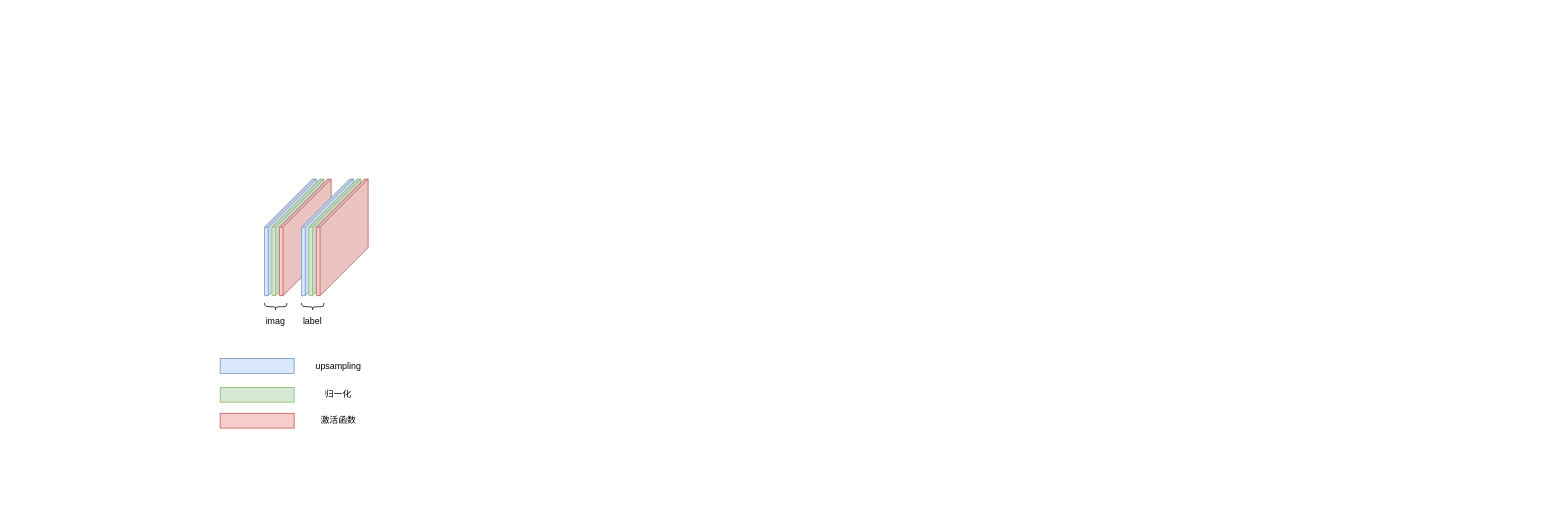
sue00x/BAAI-Monthly- keeps this draw.io diagram as Interpretability(可解释性)/Untitled Diagram.drawio. Above is the earlier version. Source tidied: cells renumbered, new cells numbered last; positions are measured from the earlier drawing's top-left corner, leaving out a move shared by most shapes. Both pictures are drawn from the tidied source at 74%, with x=0, y=0 at pixel (220, 178). Pictures stored in the file or linked from it are replaced by grey dashed boxes.
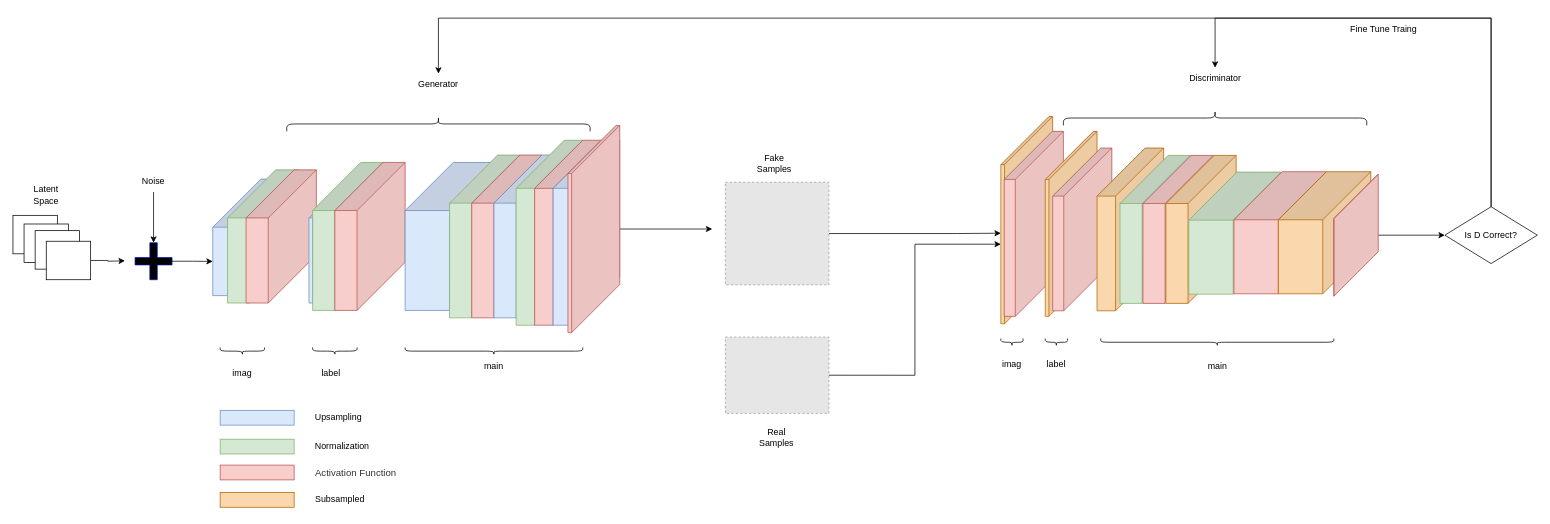
The same page after the edit.

Commit message:
cGAN_model

Diff of the diagram source:
```diff
@@
     <mxCell id="2" style="shape=cube;whiteSpace=wrap;html=1;boundedLbl=1;backgroundOutline=1;darkOpacity=0.05;darkOpacity2=0.1;size=65;fillColor=#dae8fc;strokeColor=#6c8ebf;direction=south;" parent="1" vertex="1">
-      <mxGeometry x="60" y="0.5" width="70" height="157.5" as="geometry" />
+      <mxGeometry x="-10" y="0.5" width="90" height="157.5" as="geometry" />
     </mxCell>
     <mxCell id="3" style="shape=cube;whiteSpace=wrap;html=1;boundedLbl=1;backgroundOutline=1;darkOpacity=0.05;darkOpacity2=0.1;size=65;fillColor=#d5e8d4;strokeColor=#82b366;direction=south;" parent="1" vertex="1">
-      <mxGeometry x="70" y="0.5" width="70" height="157.5" as="geometry" />
+      <mxGeometry x="10" y="-12" width="95" height="180" as="geometry" />
     </mxCell>
     <mxCell id="4" style="shape=cube;whiteSpace=wrap;html=1;boundedLbl=1;backgroundOutline=1;darkOpacity=0.05;darkOpacity2=0.1;size=65;fillColor=#f8cecc;strokeColor=#b85450;direction=south;" parent="1" vertex="1">
-      <mxGeometry x="80" y="0.5" width="70" height="157.5" as="geometry" />
+      <mxGeometry x="35" y="-12" width="95" height="180" as="geometry" />
     </mxCell>
     <mxCell id="5" style="rounded=0;whiteSpace=wrap;html=1;fillColor=#dae8fc;strokeColor=#6c8ebf;" parent="1" vertex="1">
-      <mxGeometry y="243" width="100" height="20" as="geometry" />
+      <mxGeometry y="313" width="100" height="20" as="geometry" />
     </mxCell>
-    <mxCell id="6" value="upsampling" style="text;html=1;strokeColor=none;fillColor=none;align=center;verticalAlign=middle;whiteSpace=wrap;rounded=0;" parent="1" vertex="1">
-      <mxGeometry x="130" y="238" width="60" height="30" as="geometry" />
+    <mxCell id="6" value="Upsampling" style="text;html=1;strokeColor=none;fillColor=none;align=center;verticalAlign=middle;whiteSpace=wrap;rounded=0;" parent="1" vertex="1">
+      <mxGeometry x="130" y="308" width="60" height="30" as="geometry" />
     </mxCell>
     <mxCell id="7" style="rounded=0;whiteSpace=wrap;html=1;fillColor=#d5e8d4;strokeColor=#82b366;" parent="1" vertex="1">
-      <mxGeometry y="282" width="100" height="20" as="geometry" />
+      <mxGeometry y="352" width="100" height="20" as="geometry" />
     </mxCell>
-    <mxCell id="8" value="归一化" style="text;html=1;strokeColor=none;fillColor=none;align=center;verticalAlign=middle;whiteSpace=wrap;rounded=0;" parent="1" vertex="1">
-      <mxGeometry x="130" y="277" width="60" height="30" as="geometry" />
+    <mxCell id="8" value="Normalization" style="text;html=1;strokeColor=none;fillColor=none;align=center;verticalAlign=middle;whiteSpace=wrap;rounded=0;" parent="1" vertex="1">
+      <mxGeometry x="135" y="347" width="60" height="30" as="geometry" />
     </mxCell>
     <mxCell id="9" style="rounded=0;whiteSpace=wrap;html=1;fillColor=#f8cecc;strokeColor=#b85450;" parent="1" vertex="1">
-      <mxGeometry y="317" width="100" height="20" as="geometry" />
+      <mxGeometry y="387" width="100" height="20" as="geometry" />
     </mxCell>
-    <mxCell id="10" value="激活函数" style="text;html=1;strokeColor=none;fillColor=none;align=center;verticalAlign=middle;whiteSpace=wrap;rounded=0;" parent="1" vertex="1">
-      <mxGeometry x="130" y="312" width="60" height="30" as="geometry" />
+    <mxCell id="10" value="&lt;span style=&quot;color: rgb(51 , 51 , 51) ; font-family: &amp;#34;arial&amp;#34; , sans-serif ; font-size: 13px ; text-align: justify ; background-color: rgb(255 , 255 , 255)&quot;&gt;Activation Function&lt;/span&gt;" style="text;html=1;strokeColor=none;fillColor=none;align=center;verticalAlign=middle;whiteSpace=wrap;rounded=0;" parent="1" vertex="1">
+      <mxGeometry x="111" y="382" width="145" height="30" as="geometry" />
     </mxCell>
     <mxCell id="11" style="shape=cube;whiteSpace=wrap;html=1;boundedLbl=1;backgroundOutline=1;darkOpacity=0.05;darkOpacity2=0.1;size=65;fillColor=#dae8fc;strokeColor=#6c8ebf;direction=south;" parent="1" vertex="1">
-      <mxGeometry x="110" y="0.5" width="70" height="157.5" as="geometry" />
+      <mxGeometry x="120" y="-12" width="70" height="180" as="geometry" />
     </mxCell>
     <mxCell id="12" style="shape=cube;whiteSpace=wrap;html=1;boundedLbl=1;backgroundOutline=1;darkOpacity=0.05;darkOpacity2=0.1;size=65;fillColor=#d5e8d4;strokeColor=#82b366;direction=south;" parent="1" vertex="1">
-      <mxGeometry x="120" y="0.5" width="70" height="157.5" as="geometry" />
+      <mxGeometry x="125" y="-22" width="95" height="200" as="geometry" />
     </mxCell>
     <mxCell id="13" style="shape=cube;whiteSpace=wrap;html=1;boundedLbl=1;backgroundOutline=1;darkOpacity=0.05;darkOpacity2=0.1;size=65;fillColor=#f8cecc;strokeColor=#b85450;direction=south;" parent="1" vertex="1">
-      <mxGeometry x="130" y="0.5" width="70" height="157.5" as="geometry" />
+      <mxGeometry x="155" y="-22" width="95" height="200" as="geometry" />
     </mxCell>
     <mxCell id="14" style="shape=curlyBracket;whiteSpace=wrap;html=1;rounded=1;direction=north;size=0.5;" parent="1" vertex="1">
-      <mxGeometry x="60" y="168" width="30" height="10" as="geometry" />
+      <mxGeometry y="228" width="60" height="10" as="geometry" />
     </mxCell>
-    <mxCell id="15" style="shape=curlyBracket;whiteSpace=wrap;html=1;rounded=1;direction=north;size=0.5;" parent="1" vertex="1">
-      <mxGeometry x="110" y="168" width="30" height="10" as="geometry" />
-    </mxCell>
-    <mxCell id="16" value="imag" style="text;html=1;strokeColor=none;fillColor=none;align=center;verticalAlign=middle;whiteSpace=wrap;rounded=0;" parent="1" vertex="1">
-      <mxGeometry x="45" y="178" width="60" height="30" as="geometry" />
-    </mxCell>
     <mxCell id="17" value="label" style="text;html=1;strokeColor=none;fillColor=none;align=center;verticalAlign=middle;whiteSpace=wrap;rounded=0;" parent="1" vertex="1">
-      <mxGeometry x="95" y="178" width="60" height="30" as="geometry" />
+      <mxGeometry x="120" y="248" width="60" height="30" as="geometry" />
     </mxCell>
+    <mxCell id="18" style="shape=cube;whiteSpace=wrap;html=1;boundedLbl=1;backgroundOutline=1;darkOpacity=0.05;darkOpacity2=0.1;size=65;fillColor=#dae8fc;strokeColor=#6c8ebf;direction=south;" parent="1" vertex="1">
+      <mxGeometry x="250" y="-22" width="125" height="200" as="geometry" />
+    </mxCell>
+    <mxCell id="19" style="shape=cube;whiteSpace=wrap;html=1;boundedLbl=1;backgroundOutline=1;darkOpacity=0.05;darkOpacity2=0.1;size=65;fillColor=#d5e8d4;strokeColor=#82b366;direction=south;" parent="1" vertex="1">
+      <mxGeometry x="310" y="-32" width="95" height="220" as="geometry" />
+    </mxCell>
+    <mxCell id="20" style="shape=cube;whiteSpace=wrap;html=1;boundedLbl=1;backgroundOutline=1;darkOpacity=0.05;darkOpacity2=0.1;size=65;fillColor=#f8cecc;strokeColor=#b85450;direction=south;" parent="1" vertex="1">
+      <mxGeometry x="340" y="-32" width="95" height="220" as="geometry" />
+    </mxCell>
+    <mxCell id="21" style="shape=cube;whiteSpace=wrap;html=1;boundedLbl=1;backgroundOutline=1;darkOpacity=0.05;darkOpacity2=0.1;size=65;fillColor=#dae8fc;strokeColor=#6c8ebf;direction=south;" parent="1" vertex="1">
+      <mxGeometry x="370" y="-32" width="95" height="220" as="geometry" />
+    </mxCell>
+    <mxCell id="22" style="shape=cube;whiteSpace=wrap;html=1;boundedLbl=1;backgroundOutline=1;darkOpacity=0.05;darkOpacity2=0.1;size=65;fillColor=#d5e8d4;strokeColor=#82b366;direction=south;" parent="1" vertex="1">
+      <mxGeometry x="400" y="-52" width="90" height="250" as="geometry" />
+    </mxCell>
+    <mxCell id="23" style="shape=cube;whiteSpace=wrap;html=1;boundedLbl=1;backgroundOutline=1;darkOpacity=0.05;darkOpacity2=0.1;size=65;fillColor=#f8cecc;strokeColor=#b85450;direction=south;" parent="1" vertex="1">
+      <mxGeometry x="425" y="-52" width="90" height="250" as="geometry" />
+    </mxCell>
+    <mxCell id="24" style="shape=cube;whiteSpace=wrap;html=1;boundedLbl=1;backgroundOutline=1;darkOpacity=0.05;darkOpacity2=0.1;size=65;fillColor=#dae8fc;strokeColor=#6c8ebf;direction=south;" parent="1" vertex="1">
+      <mxGeometry x="450" y="-52" width="90" height="250" as="geometry" />
+    </mxCell>
+    <mxCell id="25" style="edgeStyle=orthogonalEdgeStyle;rounded=0;jettySize=auto;html=1;" parent="1" edge="1" source="26">
+      <mxGeometry relative="1" as="geometry">
+        <mxPoint x="665" y="68" as="targetPoint" />
+      </mxGeometry>
+    </mxCell>
+    <mxCell id="26" style="shape=cube;whiteSpace=wrap;html=1;boundedLbl=1;backgroundOutline=1;darkOpacity=0.05;darkOpacity2=0.1;size=65;fillColor=#f8cecc;strokeColor=#b85450;direction=south;" parent="1" vertex="1">
+      <mxGeometry x="470" y="-72" width="70" height="280" as="geometry" />
+    </mxCell>
+    <mxCell id="27" style="shape=curlyBracket;whiteSpace=wrap;html=1;rounded=1;direction=north;size=0.5;" parent="1" vertex="1">
+      <mxGeometry x="125" y="228" width="60" height="10" as="geometry" />
+    </mxCell>
+    <mxCell id="28" style="shape=curlyBracket;whiteSpace=wrap;html=1;rounded=1;direction=north;size=0.5;" parent="1" vertex="1">
+      <mxGeometry x="250" y="228" width="240" height="10" as="geometry" />
+    </mxCell>
+    <mxCell id="29" value="main" style="text;html=1;strokeColor=none;fillColor=none;align=center;verticalAlign=middle;whiteSpace=wrap;rounded=0;" parent="1" vertex="1">
+      <mxGeometry x="340" y="238" width="60" height="30" as="geometry" />
+    </mxCell>
+    <mxCell id="30" value="Fake Samples" style="text;html=1;strokeColor=none;fillColor=none;align=center;verticalAlign=middle;whiteSpace=wrap;rounded=0;" parent="1" vertex="1">
+      <mxGeometry x="719.2" y="-36.2" width="60" height="30" as="geometry" />
+    </mxCell>
+    <mxCell id="31" style="edgeStyle=orthogonalEdgeStyle;rounded=0;jettySize=auto;html=1;exitX=1;exitY=0.5;exitDx=0;exitDy=0;entryX=0;entryY=0;entryDx=172.5;entryDy=70;entryPerimeter=0;" parent="1" edge="1" source="32" target="36">
+      <mxGeometry relative="1" as="geometry" />
+    </mxCell>
+    <mxCell id="32" style="fillColor=#E6E6E6;strokeColor=#999999;dashed=1;verticalLabelPosition=bottom;labelBackgroundColor=default;verticalAlign=top;" parent="1" vertex="1">
+      <mxGeometry x="682.7" y="214" width="140" height="103.1" as="geometry" />
+    </mxCell>
+    <mxCell id="33" style="edgeStyle=orthogonalEdgeStyle;rounded=0;jettySize=auto;html=1;entryX=0.563;entryY=1;entryDx=0;entryDy=0;entryPerimeter=0;" parent="1" edge="1" source="34" target="36">
+      <mxGeometry relative="1" as="geometry">
+        <Array as="points">
+          <mxPoint x="995" y="74" />
+          <mxPoint x="995" y="74" />
+        </Array>
+      </mxGeometry>
+    </mxCell>
+    <mxCell id="34" style="fillColor=#E6E6E6;strokeColor=#999999;dashed=1;verticalLabelPosition=bottom;labelBackgroundColor=default;verticalAlign=top;" parent="1" vertex="1">
+      <mxGeometry x="682.7" y="4.8" width="140" height="138.6" as="geometry" />
+    </mxCell>
+    <mxCell id="35" value="&lt;br&gt;Real Samples" style="text;html=1;strokeColor=none;fillColor=none;align=center;verticalAlign=middle;whiteSpace=wrap;rounded=0;" parent="1" vertex="1">
+      <mxGeometry x="722" y="328" width="60" height="30" as="geometry" />
+    </mxCell>
+    <mxCell id="36" style="shape=cube;whiteSpace=wrap;html=1;boundedLbl=1;backgroundOutline=1;darkOpacity=0.05;darkOpacity2=0.1;size=65;fillColor=#fad7ac;strokeColor=#b46504;direction=south;" parent="1" vertex="1">
+      <mxGeometry x="1055" y="-84" width="70" height="280" as="geometry" />
+    </mxCell>
+    <mxCell id="37" style="rounded=0;whiteSpace=wrap;html=1;fillColor=#fad7ac;strokeColor=#b46504;" parent="1" vertex="1">
+      <mxGeometry y="424" width="100" height="20" as="geometry" />
+    </mxCell>
+    <mxCell id="38" value="Subsampled" style="text;html=1;strokeColor=none;fillColor=none;align=center;verticalAlign=middle;whiteSpace=wrap;rounded=0;" parent="1" vertex="1">
+      <mxGeometry x="132" y="419" width="60" height="30" as="geometry" />
+    </mxCell>
+    <mxCell id="39" style="shape=cube;whiteSpace=wrap;html=1;boundedLbl=1;backgroundOutline=1;darkOpacity=0.05;darkOpacity2=0.1;size=65;fillColor=#f8cecc;strokeColor=#b85450;direction=south;" parent="1" vertex="1">
+      <mxGeometry x="1059.5" y="-64" width="80" height="250" as="geometry" />
+    </mxCell>
+    <mxCell id="40" style="shape=cube;whiteSpace=wrap;html=1;boundedLbl=1;backgroundOutline=1;darkOpacity=0.05;darkOpacity2=0.1;size=65;fillColor=#fad7ac;strokeColor=#b46504;direction=south;" parent="1" vertex="1">
+      <mxGeometry x="1115" y="-64" width="70" height="250" as="geometry" />
+    </mxCell>
+    <mxCell id="41" style="shape=cube;whiteSpace=wrap;html=1;boundedLbl=1;backgroundOutline=1;darkOpacity=0.05;darkOpacity2=0.1;size=65;fillColor=#f8cecc;strokeColor=#b85450;direction=south;" parent="1" vertex="1">
+      <mxGeometry x="1125" y="-41.5" width="80" height="220" as="geometry" />
+    </mxCell>
+    <mxCell id="42" style="shape=cube;whiteSpace=wrap;html=1;boundedLbl=1;backgroundOutline=1;darkOpacity=0.05;darkOpacity2=0.1;size=65;fillColor=#fad7ac;strokeColor=#b46504;direction=south;" parent="1" vertex="1">
+      <mxGeometry x="1185" y="-41.5" width="90" height="220" as="geometry" />
+    </mxCell>
+    <mxCell id="43" style="shape=cube;whiteSpace=wrap;html=1;boundedLbl=1;backgroundOutline=1;darkOpacity=0.05;darkOpacity2=0.1;size=65;fillColor=#d5e8d4;strokeColor=#82b366;direction=south;" parent="1" vertex="1">
+      <mxGeometry x="1216" y="-31.5" width="95" height="200" as="geometry" />
+    </mxCell>
+    <mxCell id="44" style="shape=cube;whiteSpace=wrap;html=1;boundedLbl=1;backgroundOutline=1;darkOpacity=0.05;darkOpacity2=0.1;size=65;fillColor=#f8cecc;strokeColor=#b85450;direction=south;" parent="1" vertex="1">
+      <mxGeometry x="1247" y="-31.5" width="95" height="200" as="geometry" />
+    </mxCell>
+    <mxCell id="45" style="shape=cube;whiteSpace=wrap;html=1;boundedLbl=1;backgroundOutline=1;darkOpacity=0.05;darkOpacity2=0.1;size=65;fillColor=#fad7ac;strokeColor=#b46504;direction=south;" parent="1" vertex="1">
+      <mxGeometry x="1278" y="-31.5" width="95" height="200" as="geometry" />
+    </mxCell>
+    <mxCell id="46" style="shape=cube;whiteSpace=wrap;html=1;boundedLbl=1;backgroundOutline=1;darkOpacity=0.05;darkOpacity2=0.1;size=65;fillColor=#d5e8d4;strokeColor=#82b366;direction=south;" parent="1" vertex="1">
+      <mxGeometry x="1309" y="-9" width="125" height="165" as="geometry" />
+    </mxCell>
+    <mxCell id="47" style="shape=cube;whiteSpace=wrap;html=1;boundedLbl=1;backgroundOutline=1;darkOpacity=0.05;darkOpacity2=0.1;size=65;fillColor=#f8cecc;strokeColor=#b85450;direction=south;" parent="1" vertex="1">
+      <mxGeometry x="1370" y="-9.5" width="125" height="165" as="geometry" />
+    </mxCell>
+    <mxCell id="48" style="shape=cube;whiteSpace=wrap;html=1;boundedLbl=1;backgroundOutline=1;darkOpacity=0.05;darkOpacity2=0.1;size=65;fillColor=#fad7ac;strokeColor=#b46504;direction=south;" parent="1" vertex="1">
+      <mxGeometry x="1430" y="-9.5" width="125" height="165" as="geometry" />
+    </mxCell>
+    <mxCell id="49" style="edgeStyle=orthogonalEdgeStyle;rounded=0;jettySize=auto;html=1;" parent="1" edge="1" source="50" target="64">
+      <mxGeometry relative="1" as="geometry" />
+    </mxCell>
+    <mxCell id="50" style="shape=cube;whiteSpace=wrap;html=1;boundedLbl=1;backgroundOutline=1;darkOpacity=0.05;darkOpacity2=0.1;size=65;fillColor=#f8cecc;strokeColor=#b85450;direction=south;" parent="1" vertex="1">
+      <mxGeometry x="1505" y="-6.2" width="60" height="165" as="geometry" />
+    </mxCell>
+    <mxCell id="51" value="imag" style="text;html=1;strokeColor=none;fillColor=none;align=center;verticalAlign=middle;whiteSpace=wrap;rounded=0;" parent="1" vertex="1">
+      <mxGeometry y="248" width="60" height="30" as="geometry" />
+    </mxCell>
+    <mxCell id="52" style="shape=curlyBracket;whiteSpace=wrap;html=1;rounded=1;direction=north;size=0.5;" parent="1" vertex="1">
+      <mxGeometry x="1055" y="216" width="30" height="10" as="geometry" />
+    </mxCell>
+    <mxCell id="53" value="label" style="text;html=1;strokeColor=none;fillColor=none;align=center;verticalAlign=middle;whiteSpace=wrap;rounded=0;" parent="1" vertex="1">
+      <mxGeometry x="1100" y="236" width="60" height="30" as="geometry" />
+    </mxCell>
+    <mxCell id="54" style="shape=curlyBracket;whiteSpace=wrap;html=1;rounded=1;direction=north;size=0.5;" parent="1" vertex="1">
+      <mxGeometry x="1115" y="216" width="30" height="10" as="geometry" />
+    </mxCell>
+    <mxCell id="55" style="shape=curlyBracket;whiteSpace=wrap;html=1;rounded=1;direction=north;size=0.5;" parent="1" vertex="1">
+      <mxGeometry x="1190" y="216" width="315" height="10" as="geometry" />
+    </mxCell>
+    <mxCell id="56" value="main" style="text;html=1;strokeColor=none;fillColor=none;align=center;verticalAlign=middle;whiteSpace=wrap;rounded=0;" parent="1" vertex="1">
+      <mxGeometry x="1317.5" y="238" width="60" height="30" as="geometry" />
+    </mxCell>
+    <mxCell id="57" value="imag" style="text;html=1;strokeColor=none;fillColor=none;align=center;verticalAlign=middle;whiteSpace=wrap;rounded=0;" parent="1" vertex="1">
+      <mxGeometry x="1040" y="236" width="60" height="30" as="geometry" />
+    </mxCell>
+    <mxCell id="58" style="shape=curlyBracket;whiteSpace=wrap;html=1;rounded=1;flipH=1;direction=south;" parent="1" vertex="1">
+      <mxGeometry x="90" y="-84" width="410" height="20" as="geometry" />
+    </mxCell>
+    <mxCell id="59" value="Generator" style="text;html=1;strokeColor=none;fillColor=none;align=center;verticalAlign=middle;whiteSpace=wrap;rounded=0;" parent="1" vertex="1">
+      <mxGeometry x="265" y="-142" width="60" height="30" as="geometry" />
+    </mxCell>
+    <mxCell id="60" style="shape=curlyBracket;whiteSpace=wrap;html=1;rounded=1;flipH=1;direction=south;" parent="1" vertex="1">
+      <mxGeometry x="1139.5" y="-92" width="410" height="20" as="geometry" />
+    </mxCell>
+    <mxCell id="61" value="Discriminator" style="text;html=1;strokeColor=none;fillColor=none;align=center;verticalAlign=middle;whiteSpace=wrap;rounded=0;" parent="1" vertex="1">
+      <mxGeometry x="1314.5" y="-150" width="60" height="30" as="geometry" />
+    </mxCell>
+    <mxCell id="62" style="edgeStyle=orthogonalEdgeStyle;rounded=0;jettySize=auto;html=1;exitX=0.5;exitY=0;exitDx=0;exitDy=0;entryX=0.5;entryY=0;entryDx=0;entryDy=0;" parent="1" edge="1" source="64" target="61">
+      <mxGeometry relative="1" as="geometry">
+        <Array as="points">
+          <mxPoint x="1718" y="-217" />
+          <mxPoint x="1345" y="-217" />
+        </Array>
+      </mxGeometry>
+    </mxCell>
+    <mxCell id="63" style="edgeStyle=orthogonalEdgeStyle;rounded=0;jettySize=auto;html=1;entryX=0.5;entryY=0;entryDx=0;entryDy=0;" parent="1" edge="1" source="64" target="59">
+      <mxGeometry relative="1" as="geometry">
+        <Array as="points">
+          <mxPoint x="1718" y="-217" />
+          <mxPoint x="295" y="-217" />
+        </Array>
+      </mxGeometry>
+    </mxCell>
+    <mxCell id="64" value="Is D Correct?" style="rhombus;whiteSpace=wrap;html=1;" parent="1" vertex="1">
+      <mxGeometry x="1655" y="37.9" width="125" height="76.8" as="geometry" />
+    </mxCell>
+    <mxCell id="65" value="Fine Tune Traing" style="text;html=1;strokeColor=none;fillColor=none;align=center;verticalAlign=middle;whiteSpace=wrap;rounded=0;" parent="1" vertex="1">
+      <mxGeometry x="1505" y="-217" width="135" height="30" as="geometry" />
+    </mxCell>
+    <mxCell id="66" style="rounded=0;whiteSpace=wrap;html=1;" parent="1" vertex="1">
+      <mxGeometry x="-280" y="49.5" width="60" height="52" as="geometry" />
+    </mxCell>
+    <mxCell id="67" style="rounded=0;whiteSpace=wrap;html=1;" parent="1" vertex="1">
+      <mxGeometry x="-265" y="61.2" width="60" height="52" as="geometry" />
+    </mxCell>
+    <mxCell id="68" style="rounded=0;whiteSpace=wrap;html=1;" parent="1" vertex="1">
+      <mxGeometry x="-250" y="70.2" width="60" height="52" as="geometry" />
+    </mxCell>
+    <mxCell id="69" style="edgeStyle=orthogonalEdgeStyle;rounded=0;jettySize=auto;html=1;exitX=1;exitY=0.5;exitDx=0;exitDy=0;entryX=0.6;entryY=0.985;entryDx=0;entryDy=0;entryPerimeter=0;" parent="1" edge="1" source="70">
+      <mxGeometry relative="1" as="geometry">
+        <mxPoint x="-128.7" y="111" as="targetPoint" />
+      </mxGeometry>
+    </mxCell>
+    <mxCell id="70" style="rounded=0;whiteSpace=wrap;html=1;" parent="1" vertex="1">
+      <mxGeometry x="-235" y="84.5" width="60" height="52" as="geometry" />
+    </mxCell>
+    <mxCell id="71" value="Latent Space" style="text;html=1;strokeColor=none;fillColor=none;align=center;verticalAlign=middle;whiteSpace=wrap;rounded=0;" parent="1" vertex="1">
+      <mxGeometry x="-265" y="7" width="60" height="30" as="geometry" />
+    </mxCell>
+    <mxCell id="72" style="edgeStyle=orthogonalEdgeStyle;rounded=0;jettySize=auto;html=1;entryX=0;entryY=0;entryDx=111.25;entryDy=90;entryPerimeter=0;" parent="1" edge="1" source="73" target="2">
+      <mxGeometry relative="1" as="geometry" />
+    </mxCell>
+    <mxCell id="73" style="shape=cross;whiteSpace=wrap;html=1;fillColor=#000000;fontColor=#ffffff;strokeColor=#001DBC;" parent="1" vertex="1">
+      <mxGeometry x="-115" y="86.5" width="50" height="50" as="geometry" />
+    </mxCell>
+    <mxCell id="74" style="edgeStyle=orthogonalEdgeStyle;rounded=0;jettySize=auto;html=1;exitX=0.5;exitY=1;exitDx=0;exitDy=0;entryX=0.5;entryY=0;entryDx=0;entryDy=0;entryPerimeter=0;" parent="1" edge="1" source="75" target="73">
+      <mxGeometry relative="1" as="geometry" />
+    </mxCell>
+    <mxCell id="75" value="Noise" style="text;html=1;strokeColor=none;fillColor=none;align=center;verticalAlign=middle;whiteSpace=wrap;rounded=0;" parent="1" vertex="1">
+      <mxGeometry x="-120" y="-12" width="60" height="30" as="geometry" />
+    </mxCell>
```
